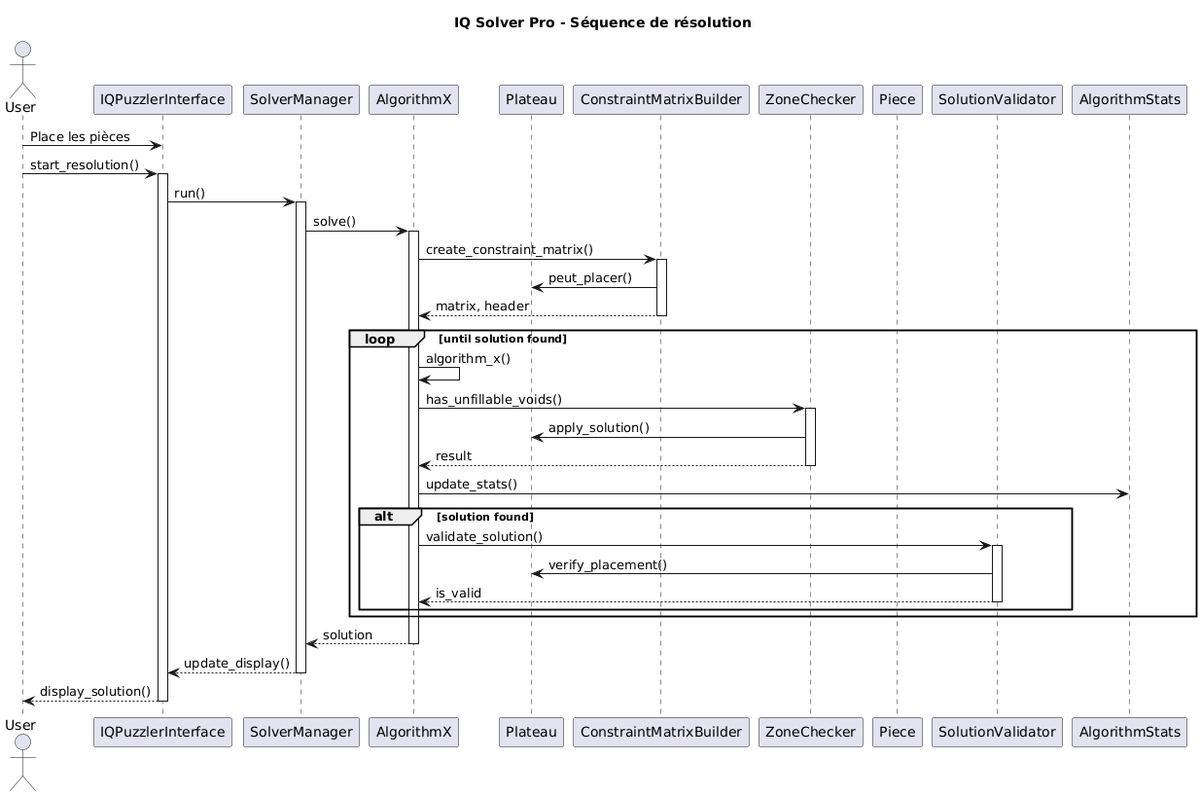
The PlantUML diagram img/diagseq.png in ChaelPix/iq-solver-pro-ai-resolver, before a commit.
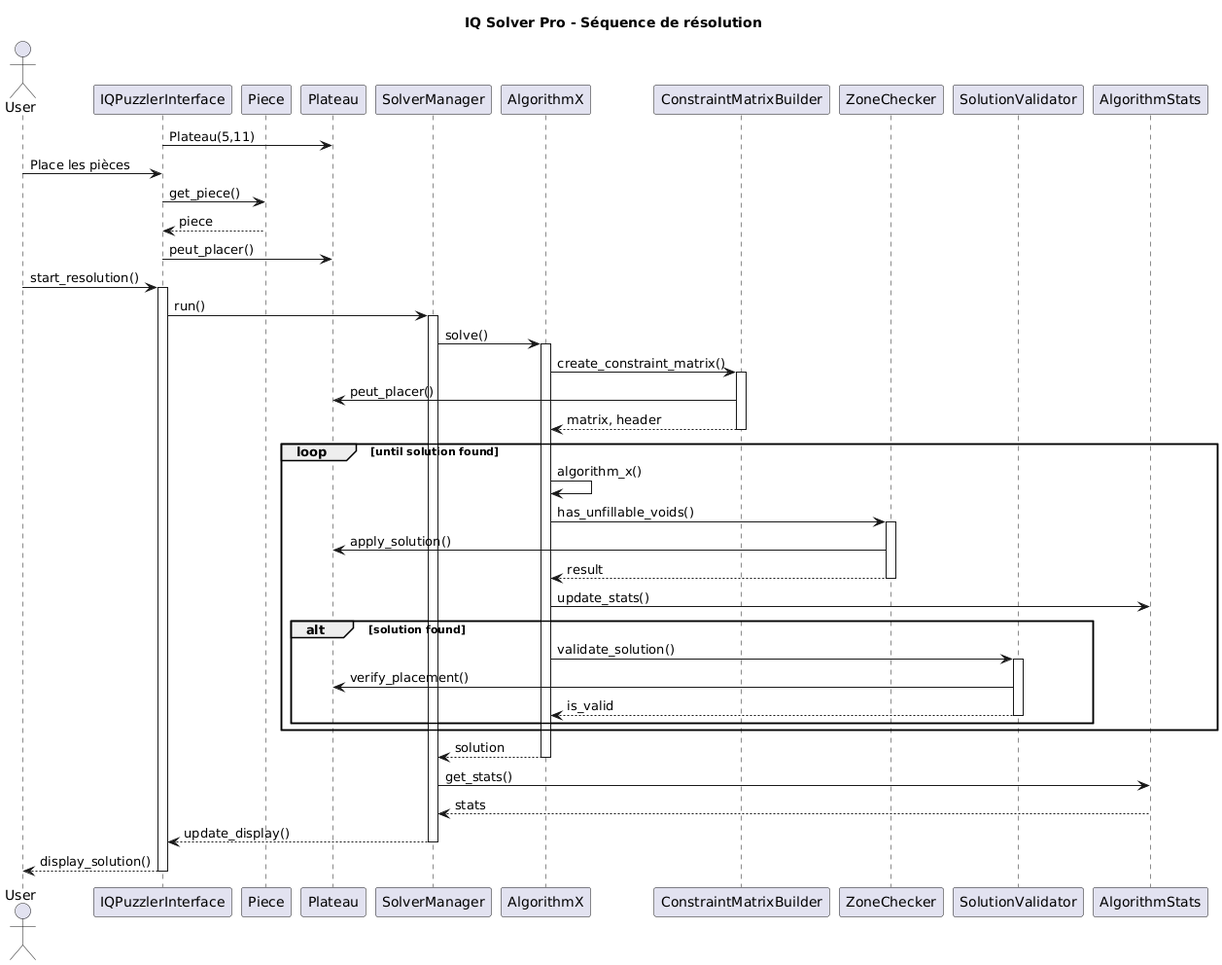
The same diagram one commit later.

What changed in the source:
```diff
@@ -3,19 +3,23 @@
 
 actor User
 participant "IQPuzzlerInterface" as UI
+participant "Piece" as PC
+participant "Plateau" as PL
 participant "SolverManager" as SM
 participant "AlgorithmX" as AX
-participant "Plateau" as PL
 participant "ConstraintMatrixBuilder" as CMB
 participant "ZoneChecker" as ZC
-participant "Piece" as PC
 participant "SolutionValidator" as SV
 participant "AlgorithmStats" as AS
 
+UI->PL : Plateau(5,11)
 User -> UI: Place les pièces
+UI -> PC: get_piece()
+PC --> UI: piece
+UI -> PL: peut_placer()
+
 User -> UI: start_resolution()
 activate UI
-
     UI -> SM: run()
     activate SM
 
@@ -50,6 +54,9 @@
     AX --> SM: solution
     deactivate AX
 
+    SM -> AS: get_stats()
+    AS --> SM: stats
+
     SM --> UI: update_display()
     deactivate SM
 
```
